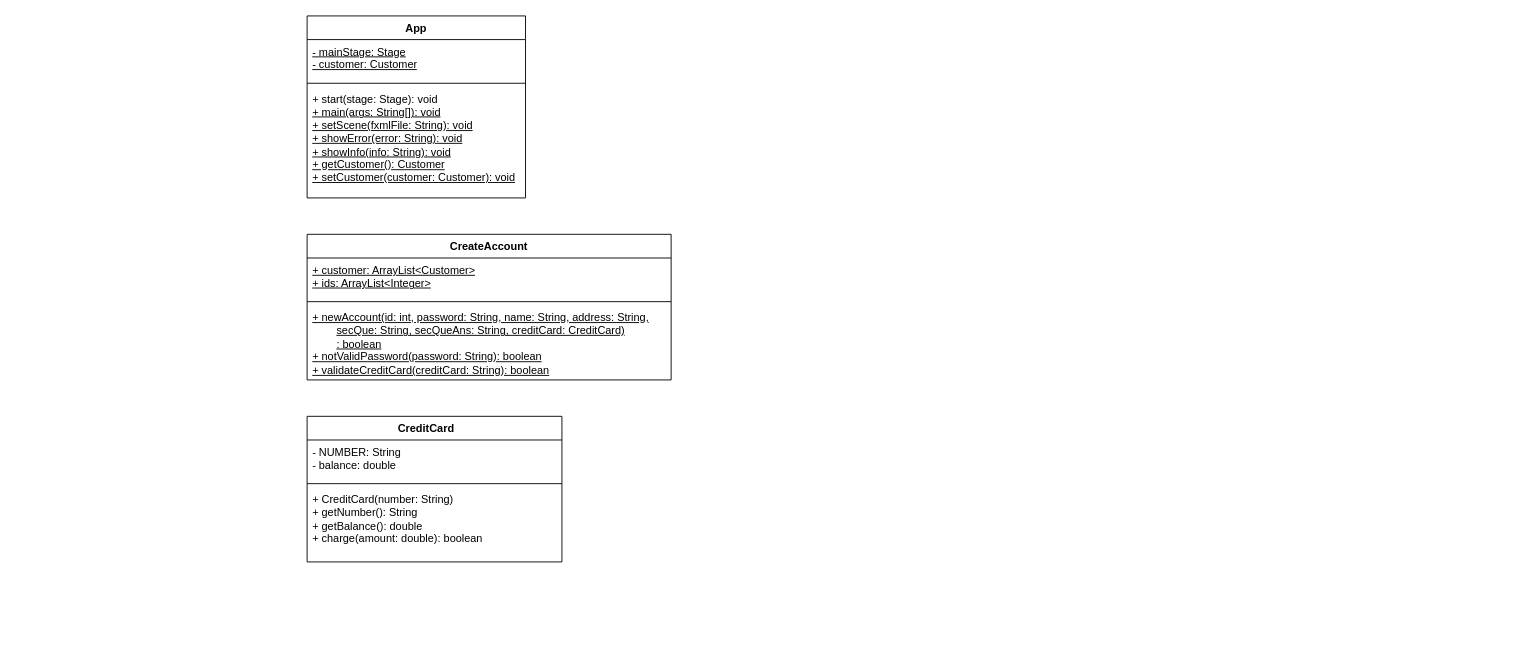
This is COS_GUI_UML.drawio from crapeter/UMLs, a draw.io file, before an edit. Source tidied: cells renumbered, new cells numbered last; positions are measured from the earlier drawing's top-left corner, leaving out a move shared by most shapes. Both pictures are drawn from the tidied source at 91%, with x=0, y=0 at pixel (307, 15).
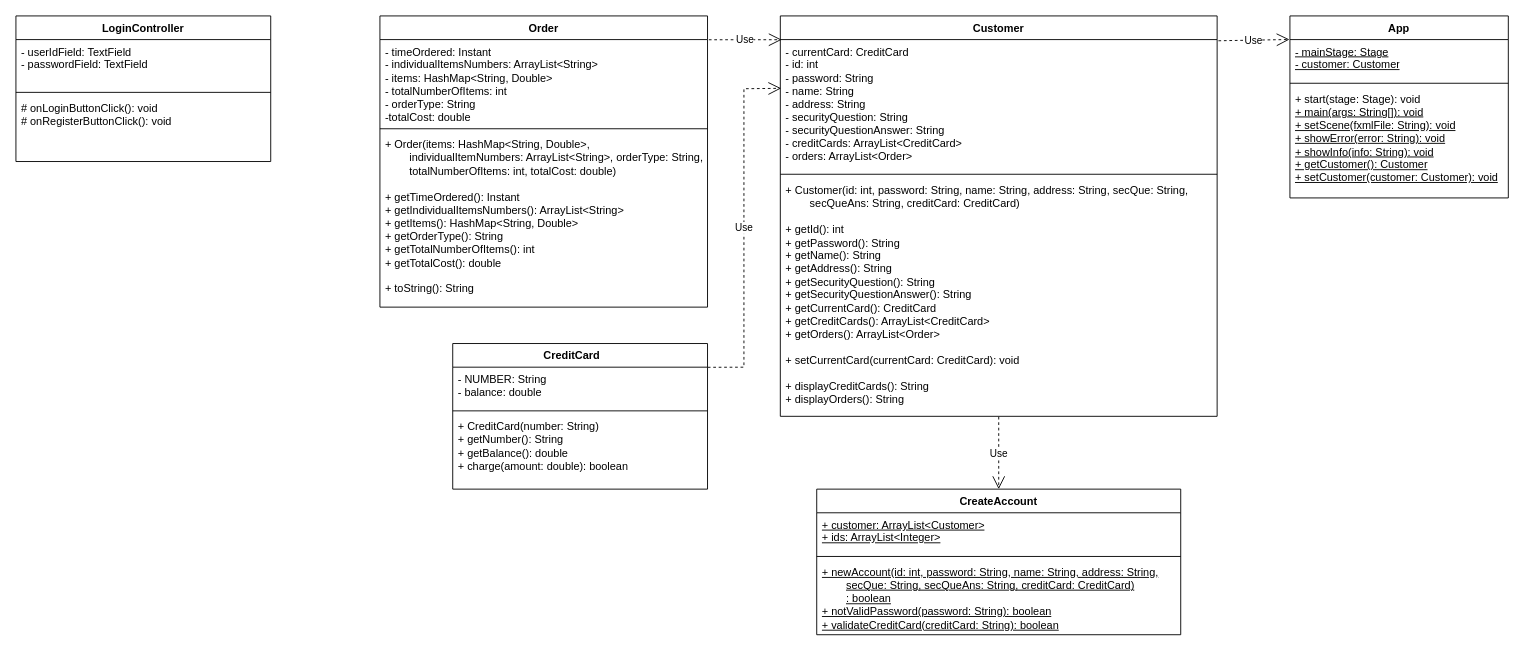
The same diagram, later.

Unchanged cells that the change refers to:
```xml
<mxCell id="3" value="&lt;div&gt;&lt;u&gt;- mainStage: Stage&lt;/u&gt;&lt;/div&gt;&lt;div&gt;&lt;u&gt;- customer: Customer&lt;br&gt;&lt;/u&gt;&lt;/div&gt;" style="text;strokeColor=none;fillColor=none;align=left;verticalAlign=top;spacingLeft=4;spacingRight=4;overflow=hidden;points=[[0,0.5],[1,0.5]];portConstraint=eastwest;whiteSpace=wrap;html=1;" parent="2" vertex="1">
  <mxGeometry y="26" width="240" height="44" as="geometry" />
</mxCell>
<mxCell id="11" value="&lt;div&gt;- NUMBER: String&lt;/div&gt;&lt;div&gt;- balance: double&lt;br&gt;&lt;/div&gt;" style="text;strokeColor=none;fillColor=none;align=left;verticalAlign=top;spacingLeft=4;spacingRight=4;overflow=hidden;points=[[0,0.5],[1,0.5]];portConstraint=eastwest;whiteSpace=wrap;html=1;" parent="10" vertex="1">
  <mxGeometry y="26" width="280" height="44" as="geometry" />
</mxCell>
```

Diff of the diagram source:
```diff
@@
     <mxCell id="2" value="App" style="swimlane;fontStyle=1;align=center;verticalAlign=top;horizontal=1;startSize=26;whiteSpace=wrap;html=1;" parent="1" vertex="1">
-      <mxGeometry width="240" height="200" as="geometry" />
+      <mxGeometry x="1080" width="240" height="200" as="geometry" />
     </mxCell>
@@
     <mxCell id="6" value="CreateAccount" style="swimlane;fontStyle=1;align=center;verticalAlign=top;horizontal=1;startSize=26;whiteSpace=wrap;html=1;" parent="1" vertex="1">
-      <mxGeometry y="240" width="400" height="160" as="geometry" />
+      <mxGeometry x="560" y="520" width="400" height="160" as="geometry" />
     </mxCell>
@@
-    <mxCell id="9" value="&lt;div&gt;&lt;u&gt;+ newAccount(id: int, password: String, name: String, address: String, &lt;span style=&quot;white-space: pre;&quot;&gt;&#9;&lt;/span&gt;secQue: String, secQueAns: String, creditCard: CreditCard)&lt;/u&gt;&lt;/div&gt;&lt;div&gt;&lt;u&gt;&lt;span style=&quot;white-space: pre;&quot;&gt;&#9;&lt;/span&gt;: boolean&lt;/u&gt;&lt;/div&gt;&lt;div&gt;&lt;u&gt;+ notValidPassword(password: String): boolean&lt;/u&gt;&lt;/div&gt;&lt;div&gt;&lt;u&gt;+ validateCreditCard(creditCard: String): boolean&lt;br&gt;&lt;/u&gt;&lt;/div&gt;" style="text;strokeColor=none;fillColor=none;align=left;verticalAlign=top;spacingLeft=4;spacingRight=4;overflow=hidden;whiteSpace=wrap;html=1;" parent="6" vertex="1">
+    <mxCell id="9" value="&lt;div&gt;&lt;u&gt;+ newAccount(id: int, password: String, name: String, address: String, &lt;/u&gt;&lt;span style=&quot;white-space: pre;&quot;&gt;&#9;&lt;/span&gt;&lt;u&gt;secQue: String, secQueAns: String, creditCard: CreditCard)&lt;/u&gt;&lt;/div&gt;&lt;div&gt;&lt;span style=&quot;white-space: pre;&quot;&gt;&#9;&lt;/span&gt;&lt;u&gt;: boolean&lt;/u&gt;&lt;/div&gt;&lt;div&gt;&lt;u&gt;+ notValidPassword(password: String): boolean&lt;/u&gt;&lt;/div&gt;&lt;div&gt;&lt;u&gt;+ validateCreditCard(creditCard: String): boolean&lt;br&gt;&lt;/u&gt;&lt;/div&gt;" style="text;strokeColor=none;fillColor=none;align=left;verticalAlign=top;spacingLeft=4;spacingRight=4;overflow=hidden;whiteSpace=wrap;html=1;" parent="6" vertex="1">
       <mxGeometry y="78" width="400" height="82" as="geometry" />
     </mxCell>
     <mxCell id="10" value="CreditCard&lt;span style=&quot;white-space: pre;&quot;&gt;&#9;&lt;/span&gt;" style="swimlane;fontStyle=1;align=center;verticalAlign=top;horizontal=1;startSize=26;whiteSpace=wrap;html=1;" parent="1" vertex="1">
-      <mxGeometry y="440" width="280" height="160" as="geometry" />
+      <mxGeometry x="160" y="360" width="280" height="160" as="geometry" />
     </mxCell>
@@
+    <mxCell id="14" value="Customer" style="swimlane;fontStyle=1;align=center;verticalAlign=top;horizontal=1;startSize=26;whiteSpace=wrap;html=1;" parent="1" vertex="1">
+      <mxGeometry x="520" width="480" height="440" as="geometry" />
+    </mxCell>
+    <mxCell id="15" value="&lt;div&gt;- currentCard: CreditCard&lt;/div&gt;&lt;div&gt;- id: int&lt;/div&gt;&lt;div&gt;- password: String&lt;/div&gt;&lt;div&gt;- name: String&lt;/div&gt;&lt;div&gt;- address: String&lt;/div&gt;&lt;div&gt;- securityQuestion: String&lt;br&gt;&lt;/div&gt;&lt;div&gt;- securityQuestionAnswer: String&lt;/div&gt;&lt;div&gt;- creditCards: ArrayList&amp;lt;CreditCard&amp;gt;&lt;/div&gt;&lt;div&gt;- orders: ArrayList&amp;lt;Order&amp;gt;&lt;br&gt;&lt;/div&gt;" style="text;strokeColor=none;fillColor=none;align=left;verticalAlign=top;spacingLeft=4;spacingRight=4;overflow=hidden;points=[[0,0.5],[1,0.5]];portConstraint=eastwest;whiteSpace=wrap;html=1;" parent="14" vertex="1">
+      <mxGeometry y="26" width="480" height="144" as="geometry" />
+    </mxCell>
+    <mxCell id="16" style="line;strokeWidth=1;fillColor=none;align=left;verticalAlign=middle;spacingTop=-1;spacingLeft=3;spacingRight=3;labelPosition=right;strokeColor=inherit;" parent="14" vertex="1">
+      <mxGeometry y="170" width="480" height="8" as="geometry" />
+    </mxCell>
+    <mxCell id="17" value="&lt;div&gt;+ Customer(id: int, password: String, name: String, address: String, secQue: String, &lt;span style=&quot;white-space: pre;&quot;&gt;&#9;&lt;/span&gt;secQueAns: String, creditCard: CreditCard)&lt;/div&gt;&lt;div&gt;&lt;br&gt;&lt;/div&gt;&lt;div&gt;+ getId(): int&lt;/div&gt;&lt;div&gt;+ getPassword(): String&lt;/div&gt;&lt;div&gt;+ getName(): String&lt;/div&gt;&lt;div&gt;+ getAddress(): String&lt;/div&gt;&lt;div&gt;+ getSecurityQuestion(): String&lt;/div&gt;&lt;div&gt;+ getSecurityQuestionAnswer(): String&lt;/div&gt;&lt;div&gt;+ getCurrentCard(): CreditCard&lt;/div&gt;&lt;div&gt;+ getCreditCards(): ArrayList&amp;lt;CreditCard&amp;gt;&lt;/div&gt;&lt;div&gt;+ getOrders(): ArrayList&amp;lt;Order&amp;gt;&lt;/div&gt;&lt;div&gt;&lt;br&gt;&lt;/div&gt;&lt;div&gt;+ setCurrentCard(currentCard: CreditCard): void&lt;/div&gt;&lt;div&gt;&lt;br&gt;&lt;/div&gt;&lt;div&gt;+ displayCreditCards(): String&lt;/div&gt;&lt;div&gt;+ displayOrders(): String&lt;br&gt;&lt;/div&gt;" style="text;strokeColor=none;fillColor=none;align=left;verticalAlign=top;spacingLeft=4;spacingRight=4;overflow=hidden;points=[[0,0.5],[1,0.5]];portConstraint=eastwest;whiteSpace=wrap;html=1;" parent="14" vertex="1">
+      <mxGeometry y="178" width="480" height="262" as="geometry" />
+    </mxCell>
+    <mxCell id="18" value="Use" style="endArrow=open;endSize=12;dashed=1;html=1;rounded=0;exitX=0.5;exitY=1.002;exitDx=0;exitDy=0;exitPerimeter=0;entryX=0.5;entryY=0;entryDx=0;entryDy=0;" parent="1" edge="1" source="17" target="6">
+      <mxGeometry relative="1" as="geometry" />
+    </mxCell>
+    <mxCell id="19" value="Use" style="endArrow=open;endSize=12;dashed=1;html=1;rounded=0;exitX=1.003;exitY=0.009;exitDx=0;exitDy=0;exitPerimeter=0;entryX=-0.002;entryY=-0.002;entryDx=0;entryDy=0;entryPerimeter=0;" parent="1" edge="1" source="15" target="3">
+      <mxGeometry relative="1" as="geometry" />
+    </mxCell>
+    <mxCell id="20" value="LoginController" style="swimlane;fontStyle=1;align=center;verticalAlign=top;horizontal=1;startSize=26;whiteSpace=wrap;html=1;" parent="1" vertex="1">
+      <mxGeometry x="-320" width="280" height="160" as="geometry" />
+    </mxCell>
+    <mxCell id="21" value="&lt;div&gt;- userIdField: TextField&lt;/div&gt;&lt;div&gt;- passwordField: TextField&lt;br&gt;&lt;/div&gt;" style="text;strokeColor=none;fillColor=none;align=left;verticalAlign=top;spacingLeft=4;spacingRight=4;overflow=hidden;whiteSpace=wrap;html=1;" parent="20" vertex="1">
+      <mxGeometry y="26" width="280" height="54" as="geometry" />
+    </mxCell>
+    <mxCell id="22" style="line;strokeWidth=1;fillColor=none;align=left;verticalAlign=middle;spacingTop=-1;spacingLeft=3;spacingRight=3;labelPosition=right;strokeColor=inherit;" parent="20" vertex="1">
+      <mxGeometry y="80" width="280" height="8" as="geometry" />
+    </mxCell>
+    <mxCell id="23" value="&lt;div&gt;# onLoginButtonClick(): void&lt;/div&gt;&lt;div&gt;# onRegisterButtonClick(): void&lt;br&gt;&lt;/div&gt;" style="text;strokeColor=none;fillColor=none;align=left;verticalAlign=top;spacingLeft=4;spacingRight=4;overflow=hidden;whiteSpace=wrap;html=1;" parent="20" vertex="1">
+      <mxGeometry y="88" width="280" height="72" as="geometry" />
+    </mxCell>
+    <mxCell id="24" value="Order" style="swimlane;fontStyle=1;align=center;verticalAlign=top;horizontal=1;startSize=26;whiteSpace=wrap;html=1;" parent="1" vertex="1">
+      <mxGeometry x="80" width="360" height="320" as="geometry" />
+    </mxCell>
+    <mxCell id="25" value="&lt;div&gt;- timeOrdered: Instant&lt;/div&gt;&lt;div&gt;- individualItemsNumbers: ArrayList&amp;lt;String&amp;gt;&lt;/div&gt;&lt;div&gt;- items: HashMap&amp;lt;String, Double&amp;gt;&lt;/div&gt;&lt;div&gt;- totalNumberOfItems: int&lt;/div&gt;&lt;div&gt;- orderType: String&lt;/div&gt;&lt;div&gt;-totalCost: double&lt;br&gt;&lt;/div&gt;" style="text;strokeColor=none;fillColor=none;align=left;verticalAlign=top;spacingLeft=4;spacingRight=4;overflow=hidden;points=[[0,0.5],[1,0.5]];portConstraint=eastwest;whiteSpace=wrap;html=1;" parent="24" vertex="1">
+      <mxGeometry y="26" width="360" height="94" as="geometry" />
+    </mxCell>
+    <mxCell id="26" style="line;strokeWidth=1;fillColor=none;align=left;verticalAlign=middle;spacingTop=-1;spacingLeft=3;spacingRight=3;labelPosition=right;strokeColor=inherit;" parent="24" vertex="1">
+      <mxGeometry y="120" width="360" height="8" as="geometry" />
+    </mxCell>
+    <mxCell id="27" value="&lt;div&gt;+ Order(items: HashMap&amp;lt;String, Double&amp;gt;, &lt;span style=&quot;white-space: pre;&quot;&gt;&#9;&lt;/span&gt;individualItemNumbers: ArrayList&amp;lt;String&amp;gt;, orderType: String, &lt;span style=&quot;white-space: pre;&quot;&gt;&#9;&lt;/span&gt;totalNumberOfItems: int, totalCost: double)&lt;/div&gt;&lt;div&gt;&lt;br&gt;&lt;/div&gt;&lt;div&gt;+ getTimeOrdered(): Instant&lt;/div&gt;&lt;div&gt;+ getIndividualItemsNumbers(): ArrayList&amp;lt;String&amp;gt;&lt;/div&gt;&lt;div&gt;+ getItems(): HashMap&amp;lt;String, Double&amp;gt;&lt;/div&gt;&lt;div&gt;+ getOrderType(): String&lt;/div&gt;&lt;div&gt;+ getTotalNumberOfItems(): int&lt;/div&gt;&lt;div&gt;+ getTotalCost(): double&lt;/div&gt;&lt;div&gt;&lt;br&gt;&lt;/div&gt;&lt;div&gt;+ toString(): String&lt;br&gt;&lt;/div&gt;" style="text;strokeColor=none;fillColor=none;align=left;verticalAlign=top;spacingLeft=4;spacingRight=4;overflow=hidden;whiteSpace=wrap;html=1;" parent="24" vertex="1">
+      <mxGeometry y="128" width="360" height="192" as="geometry" />
+    </mxCell>
+    <mxCell id="28" value="Use" style="endArrow=open;endSize=12;dashed=1;html=1;rounded=0;exitX=1.004;exitY=0.002;exitDx=0;exitDy=0;exitPerimeter=0;entryX=0.003;entryY=0.001;entryDx=0;entryDy=0;entryPerimeter=0;" parent="1" edge="1" source="25" target="15">
+      <mxGeometry relative="1" as="geometry" />
+    </mxCell>
+    <mxCell id="29" value="Use" style="endArrow=open;endSize=12;dashed=1;html=1;rounded=0;exitX=1.001;exitY=0.003;exitDx=0;exitDy=0;exitPerimeter=0;entryX=0.002;entryY=0.372;entryDx=0;entryDy=0;entryPerimeter=0;" parent="1" edge="1" source="11" target="15">
+      <mxGeometry relative="1" as="geometry">
+        <Array as="points">
+          <mxPoint x="480" y="386" />
+          <mxPoint x="480" y="80" />
+        </Array>
+      </mxGeometry>
+    </mxCell>
```
